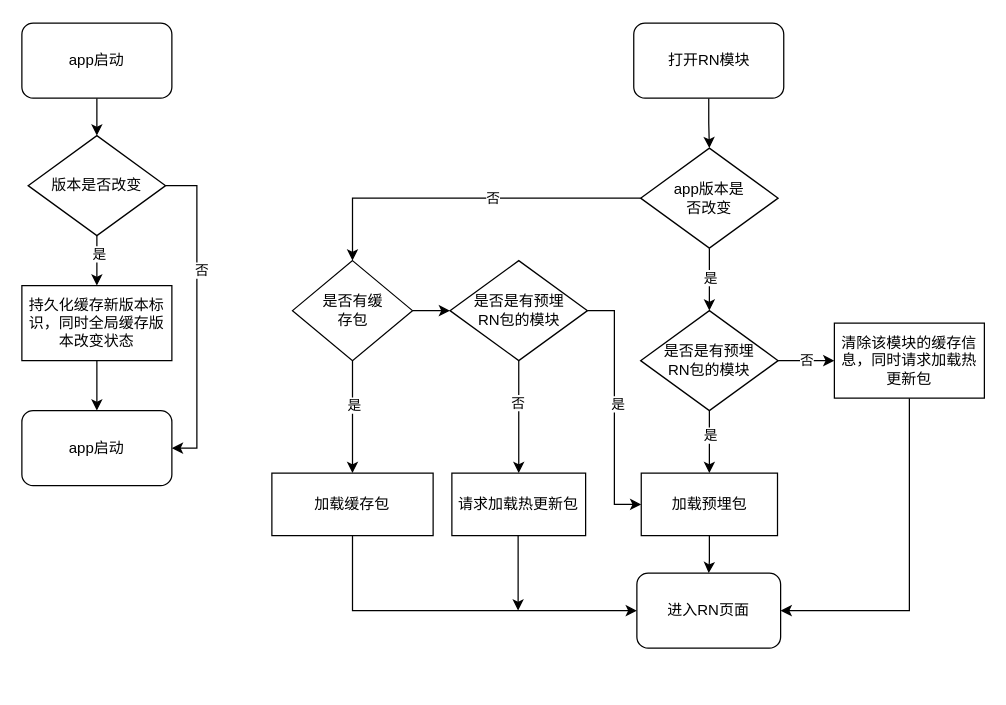
Earlier version of the draw.io diagram app启动一.drawio (markweng/drawio). Source tidied: cells renumbered, new cells numbered last; positions are measured from the earlier drawing's top-left corner, leaving out a move shared by most shapes. Both pictures are drawn from the tidied source at 125%, with x=0, y=0 at pixel (21, 22).
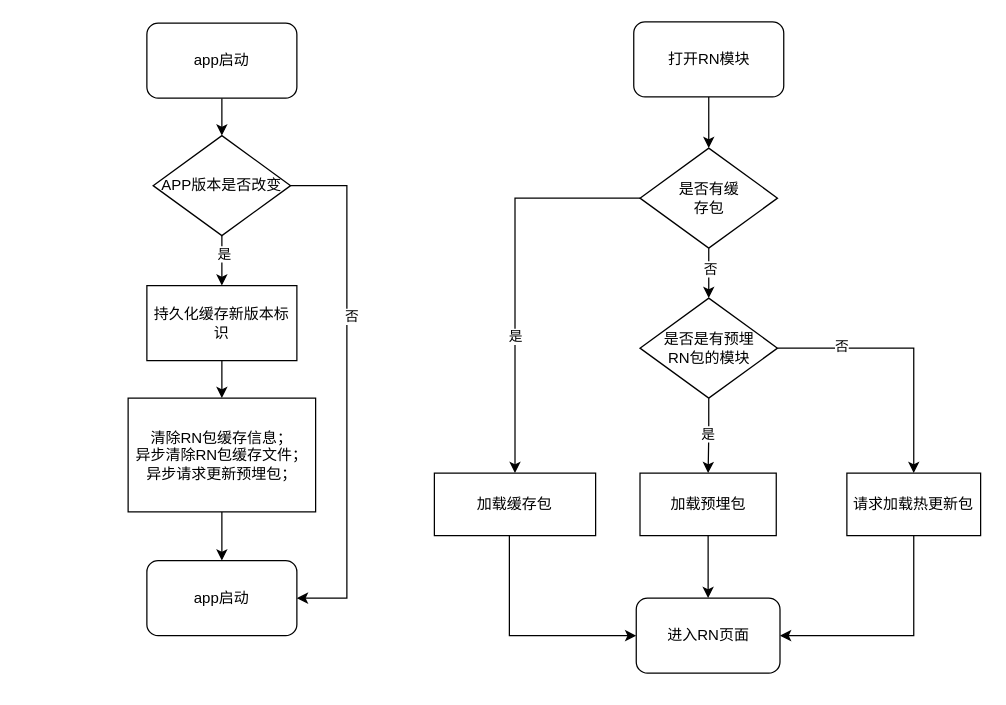
Above is the later version.

Commit message:
更新app启动一.drawio

Change to the diagram source:
```diff
@@
     <mxCell id="3" value="app启动" style="rounded=1;whiteSpace=wrap;html=1;" parent="1" vertex="1">
-      <mxGeometry width="120" height="60" as="geometry" />
+      <mxGeometry x="100" width="120" height="60" as="geometry" />
     </mxCell>
@@
     <mxCell id="6" style="edgeStyle=orthogonalEdgeStyle;rounded=0;jettySize=auto;html=1;entryX=1;entryY=0.5;entryDx=0;entryDy=0;" parent="1" edge="1" source="8" target="16">
       <mxGeometry relative="1" as="geometry">
         <Array as="points">
-          <mxPoint x="140" y="130" />
-          <mxPoint x="140" y="340" />
+          <mxPoint x="260" y="130" />
+          <mxPoint x="260" y="460" />
         </Array>
       </mxGeometry>
     </mxCell>
@@
-    <mxCell id="8" value="版本是否改变" style="rhombus;whiteSpace=wrap;html=1;" parent="1" vertex="1">
-      <mxGeometry x="5" y="90" width="110" height="80" as="geometry" />
+    <mxCell id="8" value="APP版本是否改变" style="rhombus;whiteSpace=wrap;html=1;" parent="1" vertex="1">
+      <mxGeometry x="105" y="90" width="110" height="80" as="geometry" />
     </mxCell>
-    <mxCell id="9" style="edgeStyle=orthogonalEdgeStyle;rounded=0;jettySize=auto;html=1;" parent="1" edge="1" source="13" target="22">
-      <mxGeometry relative="1" as="geometry" />
-    </mxCell>
-    <mxCell id="10" value="是" style="edgeLabel;html=1;align=center;verticalAlign=middle;" parent="9" vertex="1">
-      <mxGeometry x="-0.08" y="3" relative="1" as="geometry">
-        <mxPoint x="-3" as="offset" />
-      </mxGeometry>
-    </mxCell>
-    <mxCell id="11" style="edgeStyle=orthogonalEdgeStyle;rounded=0;jettySize=auto;html=1;entryX=0.5;entryY=0;entryDx=0;entryDy=0;" parent="1" edge="1" source="13" target="31">
-      <mxGeometry relative="1" as="geometry" />
-    </mxCell>
-    <mxCell id="12" value="否" style="edgeLabel;html=1;align=center;verticalAlign=middle;" parent="11" vertex="1">
-      <mxGeometry x="-0.15" y="-1" relative="1" as="geometry" />
-    </mxCell>
-    <mxCell id="13" value="app版本是&lt;br&gt;否改变" style="rhombus;whiteSpace=wrap;html=1;" parent="1" vertex="1">
-      <mxGeometry x="495" y="100" width="110" height="80" as="geometry" />
-    </mxCell>
-    <mxCell id="14" style="edgeStyle=orthogonalEdgeStyle;rounded=0;jettySize=auto;html=1;" parent="1" edge="1" source="15" target="16">
-      <mxGeometry relative="1" as="geometry" />
-    </mxCell>
+    <mxCell id="41" style="edgeStyle=orthogonalEdgeStyle;rounded=0;jettySize=auto;html=1;exitX=0.5;exitY=1;exitDx=0;exitDy=0;entryX=0.5;entryY=0;entryDx=0;entryDy=0;" parent="1" edge="1" source="15" target="49">
+      <mxGeometry relative="1" as="geometry" />
+    </mxCell>
-    <mxCell id="15" value="持久化缓存新版本标识，同时全局缓存版本改变状态" style="whiteSpace=wrap;html=1;" parent="1" vertex="1">
-      <mxGeometry y="210" width="120" height="60" as="geometry" />
+    <mxCell id="15" value="持久化缓存新版本标识" style="whiteSpace=wrap;html=1;" parent="1" vertex="1">
+      <mxGeometry x="100" y="210" width="120" height="60" as="geometry" />
     </mxCell>
     <mxCell id="16" value="app启动" style="rounded=1;whiteSpace=wrap;html=1;" parent="1" vertex="1">
-      <mxGeometry y="310" width="120" height="60" as="geometry" />
+      <mxGeometry x="100" y="430" width="120" height="60" as="geometry" />
     </mxCell>
-    <mxCell id="17" style="edgeStyle=orthogonalEdgeStyle;rounded=0;jettySize=auto;html=1;" parent="1" edge="1" source="18" target="13">
-      <mxGeometry relative="1" as="geometry" />
-    </mxCell>
+    <mxCell id="42" style="edgeStyle=orthogonalEdgeStyle;rounded=0;jettySize=auto;html=1;" parent="1" edge="1" source="18" target="31">
+      <mxGeometry relative="1" as="geometry" />
+    </mxCell>
     <mxCell id="18" value="打开RN模块" style="rounded=1;whiteSpace=wrap;html=1;" parent="1" vertex="1">
-      <mxGeometry x="489.5" width="120" height="60" as="geometry" />
+      <mxGeometry x="489.5" y="-1" width="120" height="60" as="geometry" />
     </mxCell>
-    <mxCell id="19" value="否" style="edgeStyle=orthogonalEdgeStyle;rounded=0;jettySize=auto;html=1;" parent="1" edge="1" source="22" target="27">
-      <mxGeometry relative="1" as="geometry" />
-    </mxCell>
-    <mxCell id="20" style="edgeStyle=orthogonalEdgeStyle;rounded=0;jettySize=auto;html=1;exitX=0.5;exitY=1;exitDx=0;exitDy=0;entryX=0.5;entryY=0;entryDx=0;entryDy=0;" parent="1" edge="1" source="22" target="24">
-      <mxGeometry relative="1" as="geometry" />
-    </mxCell>
-    <mxCell id="21" value="是" style="edgeLabel;html=1;align=center;verticalAlign=middle;" parent="20" vertex="1">
-      <mxGeometry x="-0.24" relative="1" as="geometry" />
-    </mxCell>
-    <mxCell id="22" value="是否是有预埋&lt;br&gt;RN包的模块" style="rhombus;whiteSpace=wrap;html=1;" parent="1" vertex="1">
-      <mxGeometry x="495" y="230" width="110" height="80" as="geometry" />
-    </mxCell>
-    <mxCell id="23" style="edgeStyle=orthogonalEdgeStyle;rounded=0;jettySize=auto;html=1;" parent="1" edge="1" source="24" target="25">
+    <mxCell id="23" style="edgeStyle=orthogonalEdgeStyle;rounded=0;jettySize=auto;html=1;entryX=0.5;entryY=0;entryDx=0;entryDy=0;" parent="1" edge="1" source="24" target="25">
       <mxGeometry relative="1" as="geometry" />
     </mxCell>
     <mxCell id="24" value="加载预埋包" style="rounded=0;whiteSpace=wrap;html=1;" parent="1" vertex="1">
-      <mxGeometry x="495.5" y="360" width="109" height="50" as="geometry" />
+      <mxGeometry x="494.5" y="360" width="109" height="50" as="geometry" />
     </mxCell>
     <mxCell id="25" value="进入RN页面" style="rounded=1;whiteSpace=wrap;html=1;" parent="1" vertex="1">
-      <mxGeometry x="492" y="440" width="115" height="60" as="geometry" />
+      <mxGeometry x="491.5" y="460" width="115" height="60" as="geometry" />
     </mxCell>
-    <mxCell id="26" style="edgeStyle=orthogonalEdgeStyle;rounded=0;jettySize=auto;html=1;entryX=1;entryY=0.5;entryDx=0;entryDy=0;" parent="1" edge="1" source="27" target="25">
-      <mxGeometry relative="1" as="geometry">
-        <Array as="points">
-          <mxPoint x="710" y="470" />
-        </Array>
-      </mxGeometry>
-    </mxCell>
-    <mxCell id="27" value="清除该模块的缓存信息，同时请求加载热更新包" style="whiteSpace=wrap;html=1;" parent="1" vertex="1">
-      <mxGeometry x="650" y="240" width="120" height="60" as="geometry" />
-    </mxCell>
-    <mxCell id="28" style="edgeStyle=orthogonalEdgeStyle;rounded=0;jettySize=auto;html=1;" parent="1" edge="1" source="31" target="33">
+    <mxCell id="28" style="edgeStyle=orthogonalEdgeStyle;rounded=0;jettySize=auto;html=1;exitX=0;exitY=0.5;exitDx=0;exitDy=0;entryX=0.5;entryY=0;entryDx=0;entryDy=0;" parent="1" edge="1" source="31" target="33">
       <mxGeometry relative="1" as="geometry" />
     </mxCell>
-    <mxCell id="29" value="是" style="edgeLabel;html=1;align=center;verticalAlign=middle;" parent="28" vertex="1">
-      <mxGeometry x="-0.22" y="1" relative="1" as="geometry" />
-    </mxCell>
+    <mxCell id="43" value="是" style="edgeLabel;html=1;align=center;verticalAlign=middle;" parent="28" vertex="1">
+      <mxGeometry x="0.31" relative="1" as="geometry" />
+    </mxCell>
-    <mxCell id="30" style="edgeStyle=orthogonalEdgeStyle;rounded=0;jettySize=auto;html=1;" parent="1" edge="1" source="31" target="38">
+    <mxCell id="30" style="edgeStyle=orthogonalEdgeStyle;rounded=0;jettySize=auto;html=1;exitX=0.5;exitY=1;exitDx=0;exitDy=0;entryX=0.5;entryY=0;entryDx=0;entryDy=0;" parent="1" edge="1" source="31" target="38">
       <mxGeometry relative="1" as="geometry" />
     </mxCell>
+    <mxCell id="44" value="否" style="edgeLabel;html=1;align=center;verticalAlign=middle;" parent="30" vertex="1">
+      <mxGeometry x="-0.2" y="1" relative="1" as="geometry" />
+    </mxCell>
     <mxCell id="31" value="是否有缓&lt;br&gt;存包" style="rhombus;whiteSpace=wrap;html=1;" parent="1" vertex="1">
-      <mxGeometry x="216.5" y="190" width="96" height="80" as="geometry" />
+      <mxGeometry x="494.5" y="100" width="110" height="80" as="geometry" />
     </mxCell>
     <mxCell id="32" style="edgeStyle=orthogonalEdgeStyle;rounded=0;jettySize=auto;html=1;entryX=0;entryY=0.5;entryDx=0;entryDy=0;" parent="1" edge="1" source="33" target="25">
       <mxGeometry relative="1" as="geometry">
         <Array as="points">
-          <mxPoint x="264.5" y="470" />
+          <mxPoint x="390" y="490" />
         </Array>
       </mxGeometry>
     </mxCell>
     <mxCell id="33" value="加载缓存包" style="rounded=0;whiteSpace=wrap;html=1;" parent="1" vertex="1">
-      <mxGeometry x="200" y="360" width="129" height="50" as="geometry" />
+      <mxGeometry x="330" y="360" width="129" height="50" as="geometry" />
     </mxCell>
-    <mxCell id="34" style="edgeStyle=orthogonalEdgeStyle;rounded=0;jettySize=auto;html=1;exitX=1;exitY=0.5;exitDx=0;exitDy=0;entryX=0;entryY=0.5;entryDx=0;entryDy=0;" parent="1" edge="1" source="38" target="24">
+    <mxCell id="34" style="edgeStyle=orthogonalEdgeStyle;rounded=0;jettySize=auto;html=1;entryX=0.5;entryY=0;entryDx=0;entryDy=0;" parent="1" edge="1" source="38" target="24">
       <mxGeometry relative="1" as="geometry" />
     </mxCell>
-    <mxCell id="35" value="是" style="edgeLabel;html=1;align=center;verticalAlign=middle;" parent="34" vertex="1">
-      <mxGeometry x="-0.11" y="2" relative="1" as="geometry">
-        <mxPoint y="8" as="offset" />
-      </mxGeometry>
-    </mxCell>
+    <mxCell id="45" value="是" style="edgeLabel;html=1;align=center;verticalAlign=middle;" parent="34" vertex="1">
+      <mxGeometry x="-0.09" y="-1" relative="1" as="geometry" />
+    </mxCell>
-    <mxCell id="36" style="edgeStyle=orthogonalEdgeStyle;rounded=0;jettySize=auto;html=1;" parent="1" edge="1" source="38" target="40">
+    <mxCell id="36" style="edgeStyle=orthogonalEdgeStyle;rounded=0;jettySize=auto;html=1;exitX=1;exitY=0.5;exitDx=0;exitDy=0;entryX=0.5;entryY=0;entryDx=0;entryDy=0;" parent="1" edge="1" source="38" target="40">
       <mxGeometry relative="1" as="geometry" />
     </mxCell>
-    <mxCell id="37" value="否" style="edgeLabel;html=1;align=center;verticalAlign=middle;" parent="36" vertex="1">
-      <mxGeometry x="-0.27" y="-1" relative="1" as="geometry" />
-    </mxCell>
+    <mxCell id="46" value="否" style="edgeLabel;html=1;align=center;verticalAlign=middle;" parent="36" vertex="1">
+      <mxGeometry x="-0.51" y="2" relative="1" as="geometry" />
+    </mxCell>
     <mxCell id="38" value="是否是有预埋&lt;br style=&quot;border-color: var(--border-color);&quot;&gt;RN包的模块" style="rhombus;whiteSpace=wrap;html=1;" parent="1" vertex="1">
-      <mxGeometry x="342.5" y="190" width="110" height="80" as="geometry" />
+      <mxGeometry x="494.5" y="220" width="110" height="80" as="geometry" />
     </mxCell>
-    <mxCell id="39" style="edgeStyle=orthogonalEdgeStyle;rounded=0;jettySize=auto;html=1;" parent="1" edge="1" source="40">
-      <mxGeometry relative="1" as="geometry">
-        <mxPoint x="397" y="470" as="targetPoint" />
-      </mxGeometry>
-    </mxCell>
+    <mxCell id="47" style="edgeStyle=orthogonalEdgeStyle;rounded=0;jettySize=auto;html=1;entryX=1;entryY=0.5;entryDx=0;entryDy=0;" parent="1" edge="1" source="40" target="25">
+      <mxGeometry relative="1" as="geometry">
+        <Array as="points">
+          <mxPoint x="714" y="490" />
+        </Array>
+      </mxGeometry>
+    </mxCell>
     <mxCell id="40" value="请求加载热更新包" style="rounded=0;whiteSpace=wrap;html=1;" parent="1" vertex="1">
-      <mxGeometry x="344" y="360" width="107" height="50" as="geometry" />
+      <mxGeometry x="660" y="360" width="107" height="50" as="geometry" />
     </mxCell>
+    <mxCell id="48" style="edgeStyle=orthogonalEdgeStyle;rounded=0;jettySize=auto;html=1;exitX=0.5;exitY=1;exitDx=0;exitDy=0;entryX=0.5;entryY=0;entryDx=0;entryDy=0;" parent="1" edge="1" source="49" target="16">
+      <mxGeometry relative="1" as="geometry" />
+    </mxCell>
+    <mxCell id="49" value="清除RN包缓存信息；&lt;br&gt;异步清除RN包缓存文件；&lt;br&gt;异步请求更新预埋包；" style="whiteSpace=wrap;html=1;" parent="1" vertex="1">
+      <mxGeometry x="85" y="300" width="150" height="91" as="geometry" />
+    </mxCell>
+    <mxCell id="50" style="edgeStyle=orthogonalEdgeStyle;rounded=0;orthogonalLoop=1;jettySize=auto;html=1;exitX=0.5;exitY=1;exitDx=0;exitDy=0;" parent="1" edge="1" source="25" target="25">
+      <mxGeometry relative="1" as="geometry" />
+    </mxCell>
```
